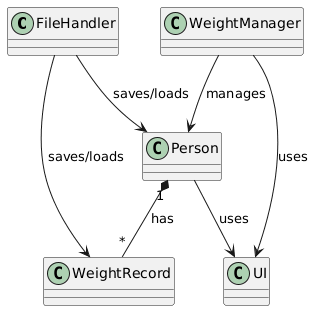
Above: docs/diagrams/WeightManager_Class_Diagram.png in Exceptional-Khoi/tp (PlantUML), before the change.
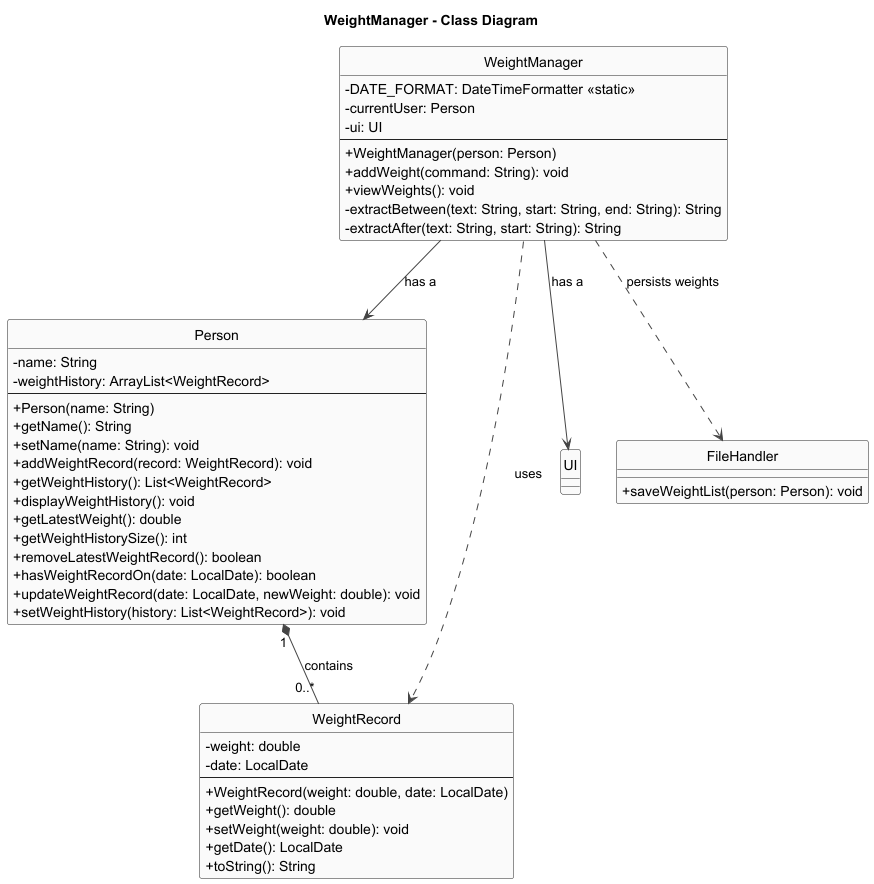
After the commit.

Diff of the diagram source:
```diff
@@ -1,14 +1,69 @@
 @startuml
-class FileHandler
-class Person
-class WeightRecord
-class WeightManager
+title WeightManager - Class Diagram
+
+skinparam shadowing false
+skinparam classAttributeIconSize 0
+skinparam ArrowColor #444
+skinparam ClassBorderColor #222
+skinparam ClassBackgroundColor #FAFAFA
+
+hide circle
+hide stereotype
+
+class WeightManager {
+  -DATE_FORMAT: DateTimeFormatter <<static>>
+  -currentUser: Person
+  -ui: UI
+  --
+  +WeightManager(person: Person)
+  +addWeight(command: String): void
+  +viewWeights(): void
+  -extractBetween(text: String, start: String, end: String): String
+  -extractAfter(text: String, start: String): String
+}
+
+class Person {
+  -name: String
+  -weightHistory: ArrayList<WeightRecord>
+  --
+  +Person(name: String)
+  +getName(): String
+  +setName(name: String): void
+  +addWeightRecord(record: WeightRecord): void
+  +getWeightHistory(): List<WeightRecord>
+  +displayWeightHistory(): void
+  +getLatestWeight(): double
+  +getWeightHistorySize(): int
+  +removeLatestWeightRecord(): boolean
+  +hasWeightRecordOn(date: LocalDate): boolean
+  +updateWeightRecord(date: LocalDate, newWeight: double): void
+  +setWeightHistory(history: List<WeightRecord>): void
+}
+
+class WeightRecord {
+  -weight: double
+  -date: LocalDate
+  --
+  +WeightRecord(weight: double, date: LocalDate)
+  +getWeight(): double
+  +setWeight(weight: double): void
+  +getDate(): LocalDate
+  +toString(): String
+}
+
 class UI
 
-Person "1" *-- "*" WeightRecord : has
-Person --> UI : uses
-WeightManager --> Person : manages
-WeightManager --> UI : uses
-FileHandler --> Person : saves/loads
-FileHandler --> WeightRecord : saves/loads
+class FileHandler {
+  +saveWeightList(person: Person): void
+}
+
+WeightManager --> Person : has a
+WeightManager --> UI : has a
+
+WeightManager ..> FileHandler : persists weights
+
+WeightManager ..> WeightRecord : uses
+
+Person "1" *-- "0..*" WeightRecord : contains
+
 @enduml
```
